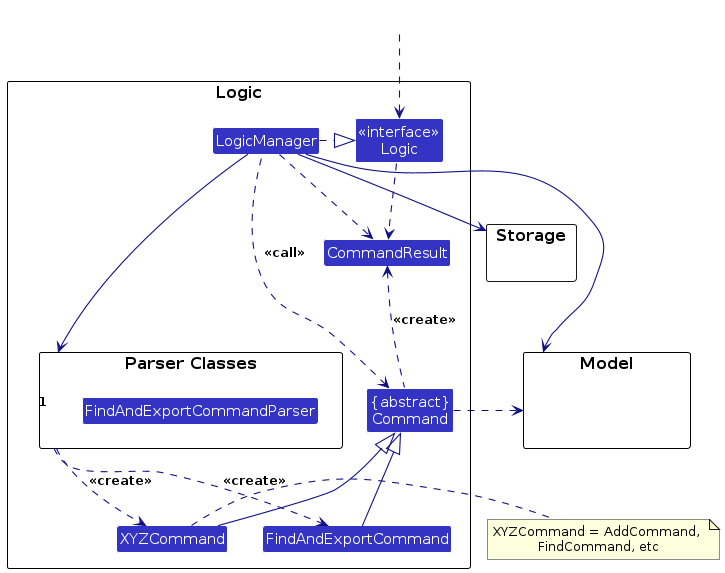
Earlier version of the PlantUML export diagrams/LogicClassDiagram.png (AY2324S2-CS2103T-W08-3/tp). Its source is kept beside it as diagrams/LogicClassDiagram.puml.
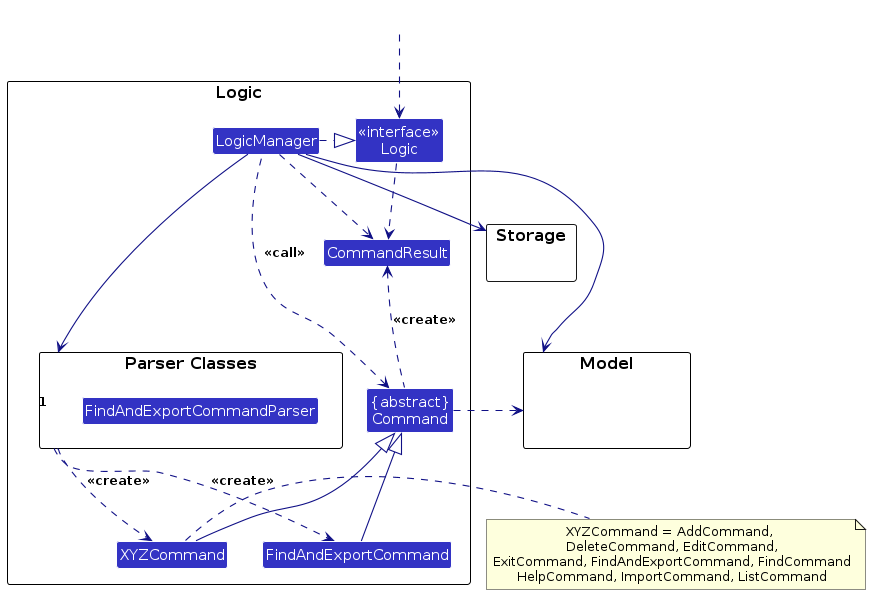
After the change.

Diff of the diagram source:
```diff
@@ -13,7 +13,6 @@
 Class CommandResult
 Class "{abstract}\nCommand" as Command
 Class FindAndExportCommand
-
 
 Class "<<interface>>\nLogic" as Logic
 Class LogicManager
@@ -43,7 +42,7 @@
 Storage --[hidden] Model
 Command .[hidden]up.> Storage
 Command .right.> Model
-note right of XYZCommand: XYZCommand = AddCommand, \nFindCommand, etc
+note right of XYZCommand: XYZCommand = AddCommand, \n DeleteCommand, EditCommand, \nExitCommand, FindAndExportCommand, FindCommand\nHelpCommand, ImportCommand, ListCommand
 
 Logic ..> CommandResult
 LogicManager .down.> CommandResult
```
